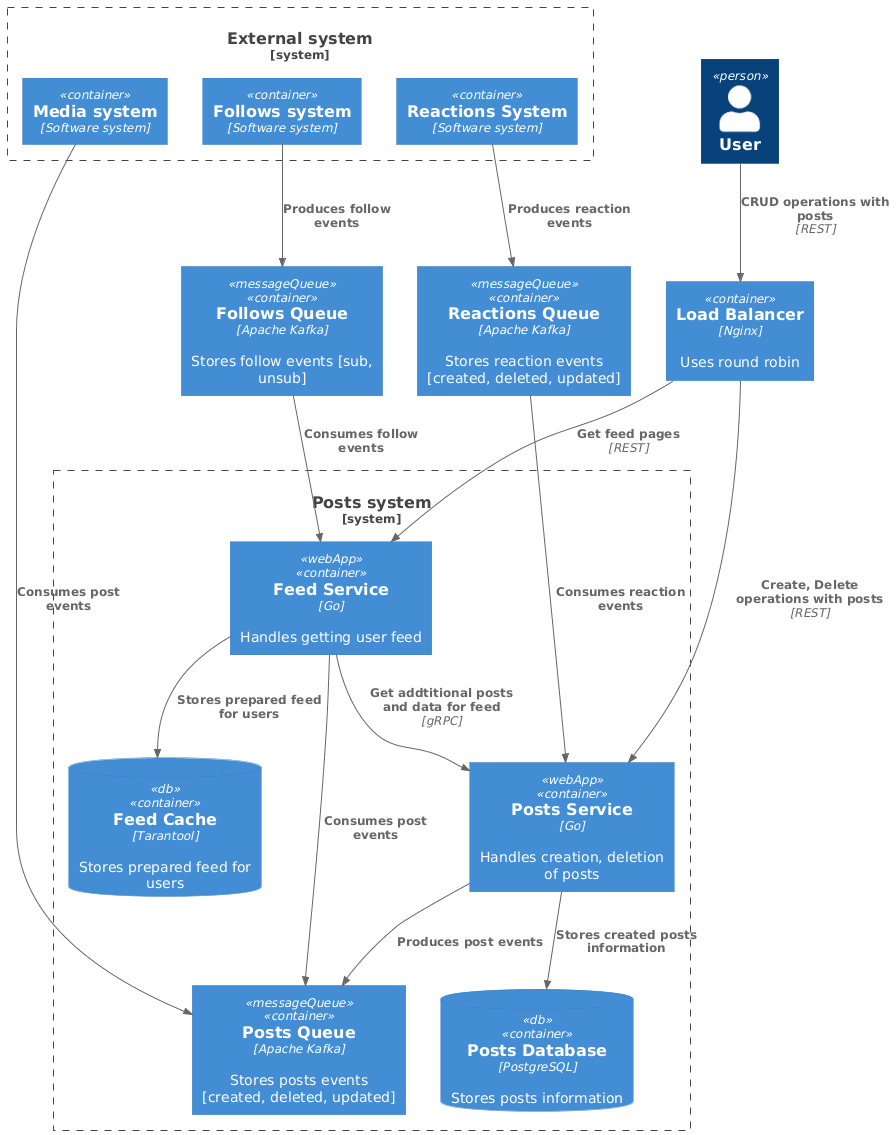
This is images/diagrams/containers/posts_system.png from mkorobovv/social_network_system_design, a PlantUML export, as it was before one commit.
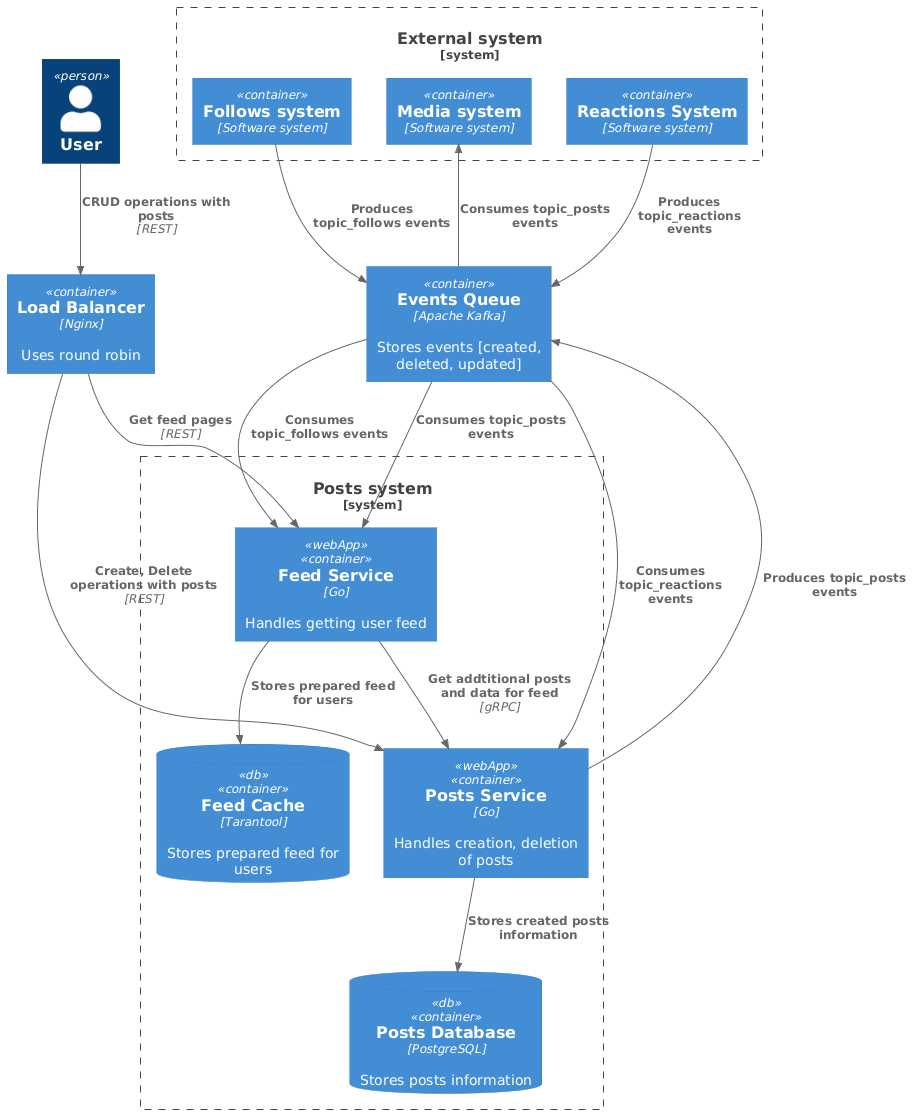
After the commit.

What changed in the source:
```diff
@@ -3,14 +3,12 @@
 
 Person(user, "User")
 Container(loadBalancer, "Load Balancer", "Nginx", "Uses round robin")
-Container(reactionsQueue, "Reactions Queue", "Apache Kafka", "Stores reaction events [created, deleted, updated]", $tags="messageQueue")
-Container(followsQueue, "Follows Queue", "Apache Kafka", "Stores follow events [sub, unsub]", $tags="messageQueue")
+Container(eventsQueue, "Events Queue", "Apache Kafka", "Stores events [created, deleted, updated]")
 
 System_Boundary(postsSystem, "Posts system") {
     Container(postsService, "Posts Service", "Go", "Handles creation, deletion of posts", $tags="webApp")
     Container(feedService, "Feed Service", "Go", "Handles getting user feed", $tags="webApp")
     ContainerDb(postsDatabase, "Posts Database", "PostgreSQL", "Stores posts information",  $tags="db")
-    Container(postsQueue, "Posts Queue", "Apache Kafka", "Stores posts events [created, deleted, updated]", $tags="messageQueue")
     ContainerDb(feedCache, "Feed Cache", "Tarantool", "Stores prepared feed for users", $tags="db")
 }
 
@@ -20,17 +18,17 @@
     Container(followsSystem, "Follows system", "Software system")
 }
 
-Rel(followsSystem, followsQueue, "Produces follow events")
-Rel(followsQueue, feedService, "Consumes follow events")
-Rel(feedService, postsQueue, "Consumes post events")
-Rel(mediaSystem, postsQueue, "Consumes post events")
+Rel(followsSystem, eventsQueue, "Produces topic_follows events")
+Rel(eventsQueue, feedService, "Consumes topic_follows events")
+Rel(eventsQueue, feedService, "Consumes topic_posts events")
+Rel(eventsQueue, mediaSystem, "Consumes topic_posts events")
 Rel(feedService, feedCache, "Stores prepared feed for users")
 Rel(user, loadBalancer, "CRUD operations with posts", "REST")
 Rel(loadBalancer, postsService, "Create, Delete operations with posts", "REST")
 Rel(loadBalancer, feedService, "Get feed pages", "REST")
-Rel(reactionsQueue, postsService, "Consumes reaction events")
-Rel(reactionsSystem, reactionsQueue, "Produces reaction events")
+Rel(eventsQueue, postsService, "Consumes topic_reactions events")
+Rel(reactionsSystem, eventsQueue, "Produces topic_reactions events")
 Rel(postsService, postsDatabase, "Stores created posts information")
-Rel(postsService, postsQueue, "Produces post events")
+Rel(postsService, eventsQueue, "Produces topic_posts events")
 Rel(feedService, postsService, "Get addtitional posts and data for feed", "gRPC")
 @enduml
```
